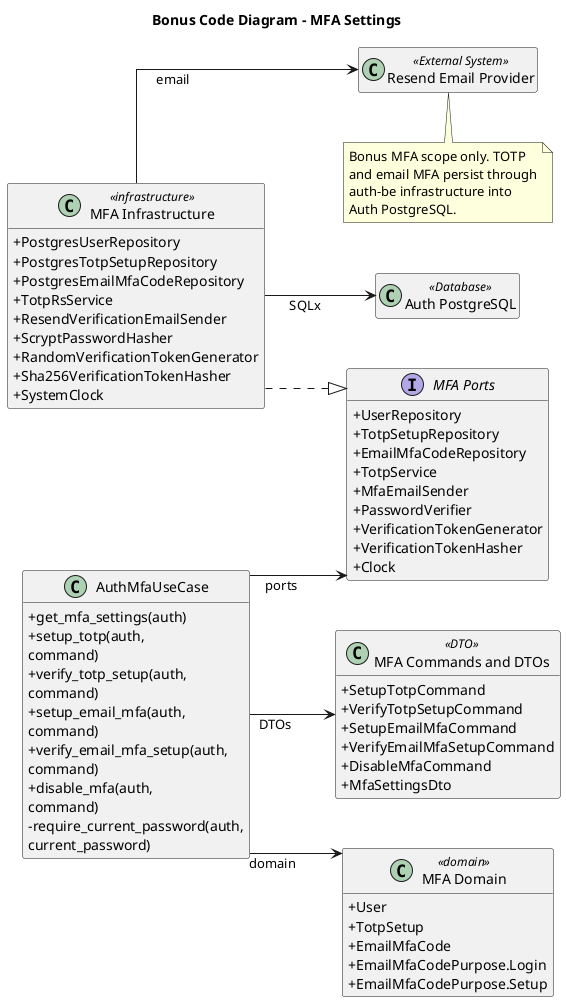
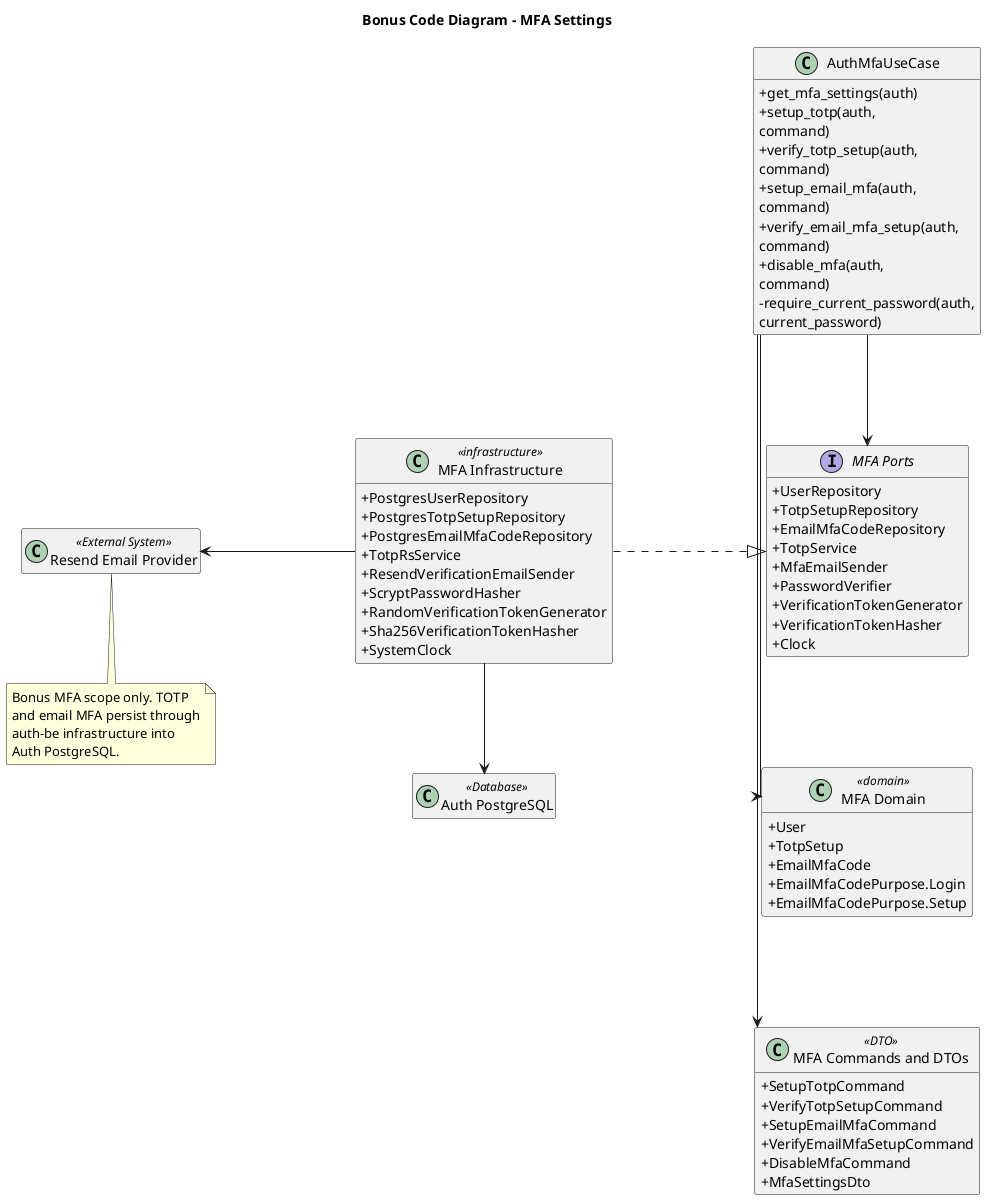
@startuml
title Bonus Code Diagram - MFA Settings
left to right direction
skinparam classAttributeIconSize 0
skinparam linetype ortho
- skinparam nodesep 50
- skinparam ranksep 70
+ skinparam nodesep 110
+ skinparam ranksep 140
skinparam wrapWidth 190
hide empty members

class AuthMfaUseCase {
  +get_mfa_settings(auth)
  +setup_totp(auth, command)
  +verify_totp_setup(auth, command)
  +setup_email_mfa(auth, command)
  +verify_email_mfa_setup(auth, command)
  +disable_mfa(auth, command)
  -require_current_password(auth, current_password)
}

class "MFA Commands and DTOs" as MfaDtos <<DTO>> {
  +SetupTotpCommand
  +VerifyTotpSetupCommand
  +SetupEmailMfaCommand
  +VerifyEmailMfaSetupCommand
  +DisableMfaCommand
  +MfaSettingsDto
}

class "MFA Domain" as MfaDomain <<domain>> {
  +User
  +TotpSetup
  +EmailMfaCode
  +EmailMfaCodePurpose.Login
  +EmailMfaCodePurpose.Setup
}

interface "MFA Ports" as MfaPorts {
  +UserRepository
  +TotpSetupRepository
  +EmailMfaCodeRepository
  +TotpService
  +MfaEmailSender
  +PasswordVerifier
  +VerificationTokenGenerator
  +VerificationTokenHasher
  +Clock
}

class "MFA Infrastructure" as MfaInfrastructure <<infrastructure>> {
  +PostgresUserRepository
  +PostgresTotpSetupRepository
  +PostgresEmailMfaCodeRepository
  +TotpRsService
  +ResendVerificationEmailSender
  +ScryptPasswordHasher
  +RandomVerificationTokenGenerator
  +Sha256VerificationTokenHasher
  +SystemClock
}

class "Auth PostgreSQL" as AuthDB <<Database>>
class "Resend Email Provider" as Resend <<External System>>

- AuthMfaUseCase --> MfaDtos : DTOs
- AuthMfaUseCase --> MfaDomain : domain
- AuthMfaUseCase --> MfaPorts : ports
+ AuthMfaUseCase -right-> MfaDtos
+ AuthMfaUseCase -right-> MfaDomain
+ AuthMfaUseCase -right-> MfaPorts
MfaInfrastructure ..|> MfaPorts
- MfaInfrastructure --> AuthDB : SQLx
- MfaInfrastructure --> Resend : email
+ MfaInfrastructure -right-> AuthDB
+ MfaInfrastructure -up-> Resend

note bottom
Bonus MFA scope only. TOTP and email MFA persist through
auth-be infrastructure into Auth PostgreSQL.
end note
@enduml
